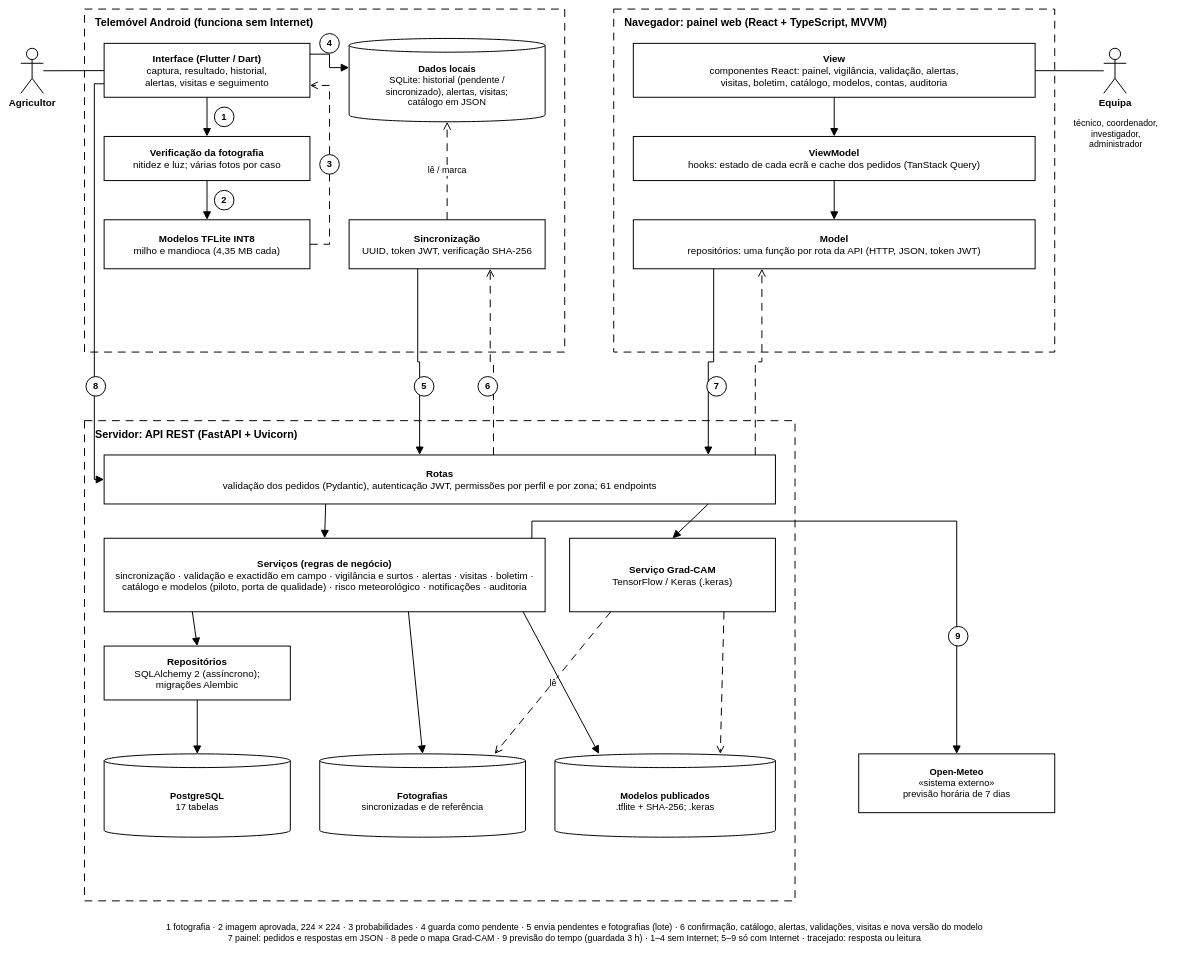
Yanick23/plataforma-fitossanitaria keeps this draw.io diagram as docs/entrega_tese/diagramas_v2/D3_arquitectura.drawio. Above is the earlier version. Source tidied: cells renumbered, new cells numbered last; positions are measured from the earlier drawing's top-left corner, leaving out a move shared by most shapes. Both pictures are drawn from the tidied source at 49%, with x=0, y=0 at pixel (21, 9).
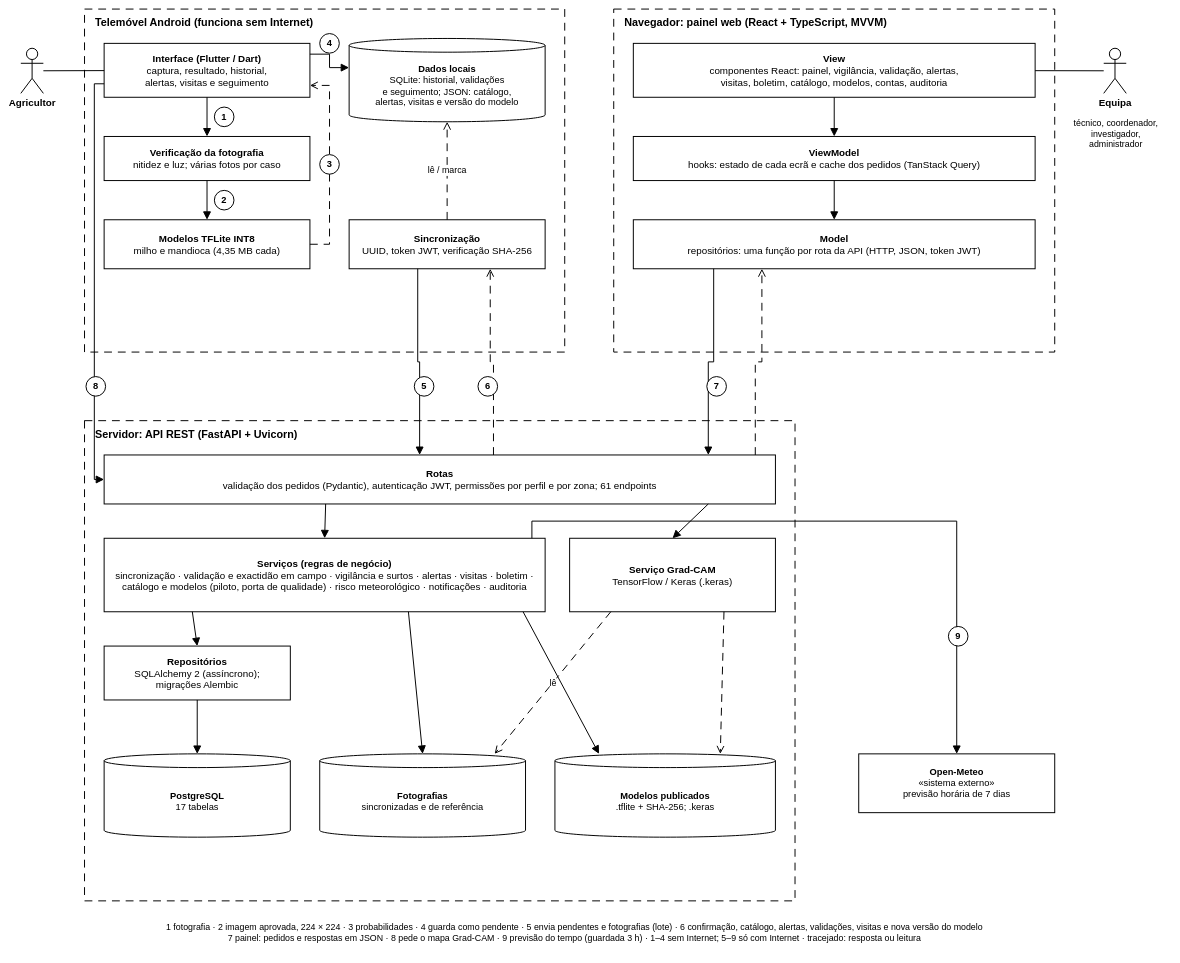
Above is the later version.

Change to the diagram source:
```diff
@@
-    <mxCell id="7" value="&lt;b&gt;Dados locais&lt;/b&gt;&lt;br&gt;SQLite: historial (pendente /&lt;br&gt;sincronizado), alertas, visitas;&lt;br&gt;catálogo em JSON" style="shape=cylinder3;whiteSpace=wrap;html=1;boundedLbl=1;size=14;fontFamily=Helvetica;fontColor=#000000;strokeColor=#000000;strokeWidth=2;fillColor=#FFFFFF;fontSize=19;" parent="1" vertex="1">
+    <mxCell id="7" value="&lt;b&gt;Dados locais&lt;/b&gt;&lt;br&gt;SQLite: historial, validações&lt;br&gt;e seguimento; JSON: catálogo,&lt;br&gt;alertas, visitas e versão do modelo" style="shape=cylinder3;whiteSpace=wrap;html=1;boundedLbl=1;size=14;fontFamily=Helvetica;fontColor=#000000;strokeColor=#000000;strokeWidth=2;fillColor=#FFFFFF;fontSize=19;" parent="1" vertex="1">
       <mxGeometry x="670" y="60" width="400" height="170" as="geometry" />
     </mxCell>
```
